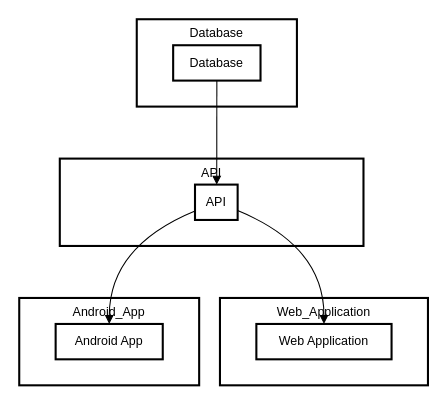
Earlier version of the draw.io diagram diagramas/sistema.drawio (jcjoo/pi). Source tidied: cells renumbered, new cells numbered last; positions are measured from the earlier drawing's top-left corner, leaving out a move shared by most shapes. Both pictures are drawn from the tidied source at 104%, with x=0, y=0 at pixel (19, 19).
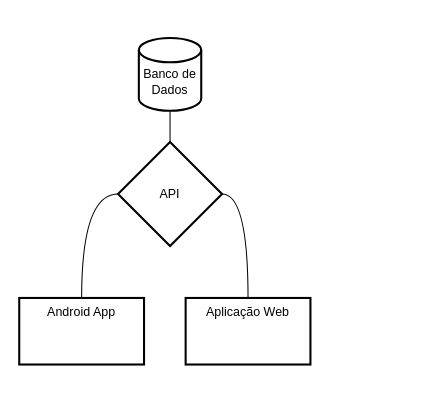
After the change.

Change to the diagram source:
```diff
@@
 <mxGraphModel>
   <root>
     <mxCell id="0" />
     <mxCell id="1" parent="0" />
-    <mxCell id="2" value="Android_App" style="whiteSpace=wrap;strokeWidth=2;verticalAlign=top;" parent="1" vertex="1">
-      <mxGeometry y="268" width="173" height="84" as="geometry" />
+    <mxCell id="2" value="Android App" style="whiteSpace=wrap;strokeWidth=2;verticalAlign=top;" parent="1" vertex="1">
+      <mxGeometry y="268" width="120" height="64" as="geometry" />
     </mxCell>
-    <mxCell id="3" value="Android App" style="whiteSpace=wrap;strokeWidth=2;" parent="1" vertex="1">
-      <mxGeometry x="35" y="293" width="103" height="34" as="geometry" />
-    </mxCell>
-    <mxCell id="4" value="Web_Application" style="whiteSpace=wrap;strokeWidth=2;verticalAlign=top;" parent="1" vertex="1">
-      <mxGeometry x="193" y="268" width="200" height="84" as="geometry" />
-    </mxCell>
-    <mxCell id="5" value="Web Application" style="whiteSpace=wrap;strokeWidth=2;" parent="1" vertex="1">
-      <mxGeometry x="228" y="293" width="130" height="34" as="geometry" />
-    </mxCell>
-    <mxCell id="6" value="API" style="whiteSpace=wrap;strokeWidth=2;verticalAlign=top;" parent="1" vertex="1">
-      <mxGeometry x="39" y="134" width="292" height="84" as="geometry" />
-    </mxCell>
-    <mxCell id="7" value="API" style="whiteSpace=wrap;strokeWidth=2;" parent="1" vertex="1">
-      <mxGeometry x="169" y="159" width="41" height="34" as="geometry" />
-    </mxCell>
-    <mxCell id="8" value="Database" style="whiteSpace=wrap;strokeWidth=2;verticalAlign=top;" parent="1" vertex="1">
-      <mxGeometry x="113" width="154" height="84" as="geometry" />
-    </mxCell>
-    <mxCell id="9" value="Database" style="whiteSpace=wrap;strokeWidth=2;" parent="1" vertex="1">
-      <mxGeometry x="148" y="25" width="84" height="34" as="geometry" />
-    </mxCell>
-    <mxCell id="10" style="curved=1;startArrow=none;endArrow=block;exitX=0.5;exitY=1;entryX=0.51;entryY=0;" parent="1" edge="1" source="9" target="7">
-      <mxGeometry relative="1" as="geometry" />
-    </mxCell>
-    <mxCell id="11" style="curved=1;startArrow=none;endArrow=block;exitX=1.01;exitY=0.74;entryX=0.5;entryY=0;" parent="1" edge="1" source="7" target="5">
-      <mxGeometry relative="1" as="geometry">
-        <Array as="points">
-          <mxPoint x="293" y="218" />
-        </Array>
-      </mxGeometry>
-    </mxCell>
-    <mxCell id="12" style="curved=1;startArrow=none;endArrow=block;exitX=0.01;exitY=0.74;entryX=0.5;entryY=0;" parent="1" edge="1" source="7" target="3">
-      <mxGeometry relative="1" as="geometry">
-        <Array as="points">
-          <mxPoint x="87" y="218" />
-        </Array>
-      </mxGeometry>
-    </mxCell>
+    <mxCell id="13" value="&lt;div&gt;&lt;br&gt;&lt;/div&gt;&lt;div&gt;Banco de Dados&lt;/div&gt;" style="strokeWidth=2;html=1;shape=mxgraph.flowchart.database;whiteSpace=wrap;" parent="1" vertex="1">
+      <mxGeometry x="115" y="18" width="60" height="70" as="geometry" />
+    </mxCell>
+    <mxCell id="14" value="API" style="strokeWidth=2;html=1;shape=mxgraph.flowchart.decision;whiteSpace=wrap;" parent="1" vertex="1">
+      <mxGeometry x="95" y="118" width="100" height="100" as="geometry" />
+    </mxCell>
+    <mxCell id="15" style="edgeStyle=orthogonalEdgeStyle;rounded=0;jettySize=auto;html=1;entryX=0;entryY=0.5;entryDx=0;entryDy=0;entryPerimeter=0;endArrow=none;endFill=0;curved=1;" parent="1" edge="1" source="2" target="14">
+      <mxGeometry relative="1" as="geometry" />
+    </mxCell>
+    <mxCell id="16" value="Aplicação Web" style="whiteSpace=wrap;strokeWidth=2;verticalAlign=top;" parent="1" vertex="1">
+      <mxGeometry x="160" y="268" width="120" height="64" as="geometry" />
+    </mxCell>
+    <mxCell id="17" style="edgeStyle=orthogonalEdgeStyle;rounded=0;jettySize=auto;html=1;entryX=1;entryY=0.5;entryDx=0;entryDy=0;entryPerimeter=0;strokeColor=default;curved=1;endArrow=none;endFill=0;" parent="1" edge="1" source="16" target="14">
+      <mxGeometry relative="1" as="geometry" />
+    </mxCell>
+    <mxCell id="18" style="edgeStyle=orthogonalEdgeStyle;rounded=0;jettySize=auto;html=1;entryX=0.5;entryY=0;entryDx=0;entryDy=0;entryPerimeter=0;endArrow=none;endFill=0;" parent="1" edge="1" source="13" target="14">
+      <mxGeometry relative="1" as="geometry" />
+    </mxCell>
   </root>
 </mxGraphModel>
```
